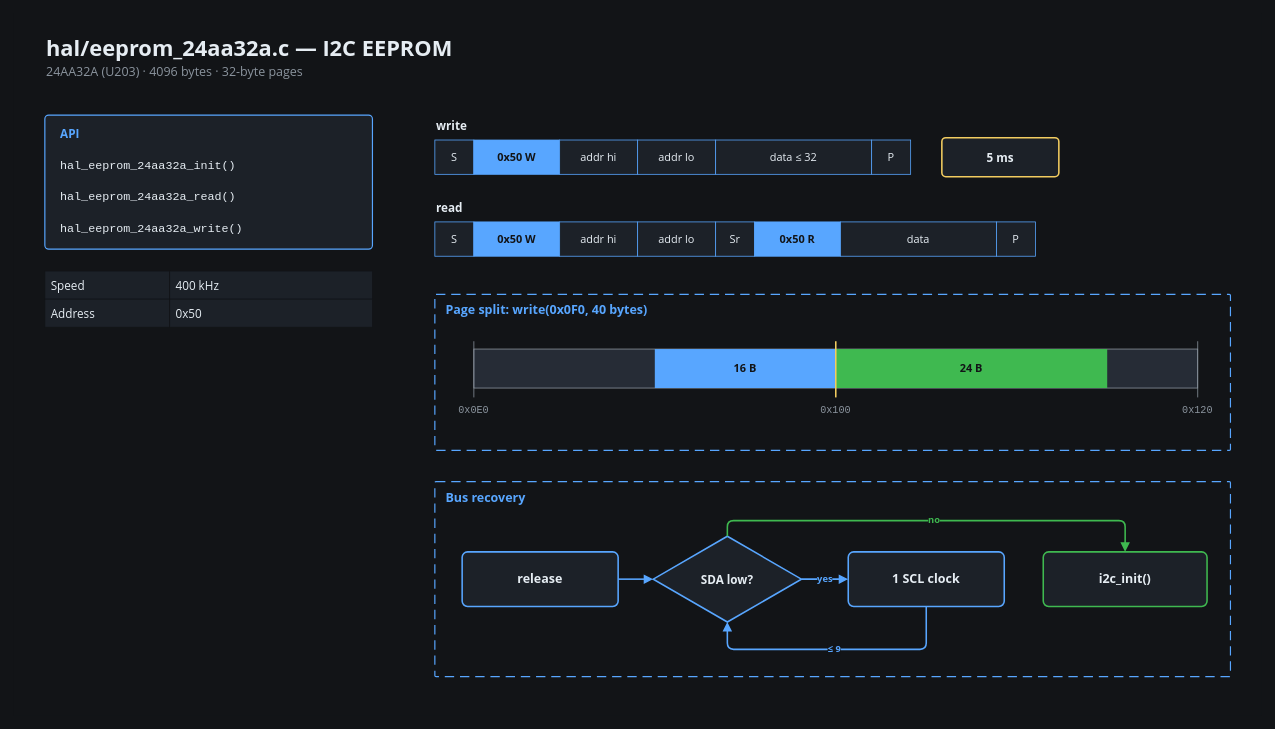
Earlier version of the draw.io diagram docs/presentation/diagrams/code-06-hal-eeprom-24aa32a.drawio (ml3rc/SNA). Source tidied: cells renumbered, new cells numbered last; positions are measured from the earlier drawing's top-left corner, leaving out a move shared by most shapes. Both pictures are drawn from the tidied source at 78%, with x=0, y=0 at pixel (13, 13).
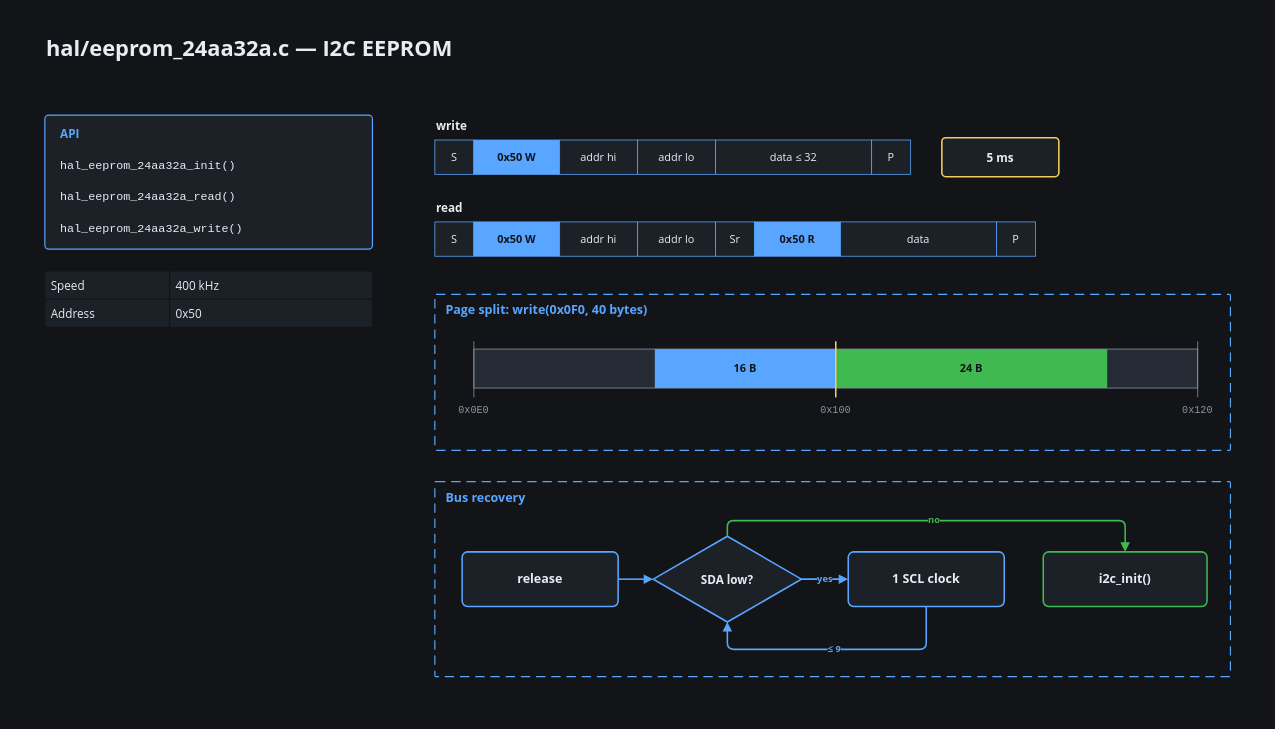
After the change.

What changed in the source:
```diff
@@
-    <mxCell id="6" value="24AA32A (U203) · 4096 bytes · 32-byte pages" style="text;html=1;whiteSpace=wrap;strokeColor=none;fillColor=none;fontColor=#8B949E;fontFamily=Segoe UI;fontSize=16;fontStyle=0;align=left;verticalAlign=middle;" parent="1" vertex="1">
-      <mxGeometry x="40" y="62" width="1520" height="26" as="geometry" />
-    </mxCell>
```
